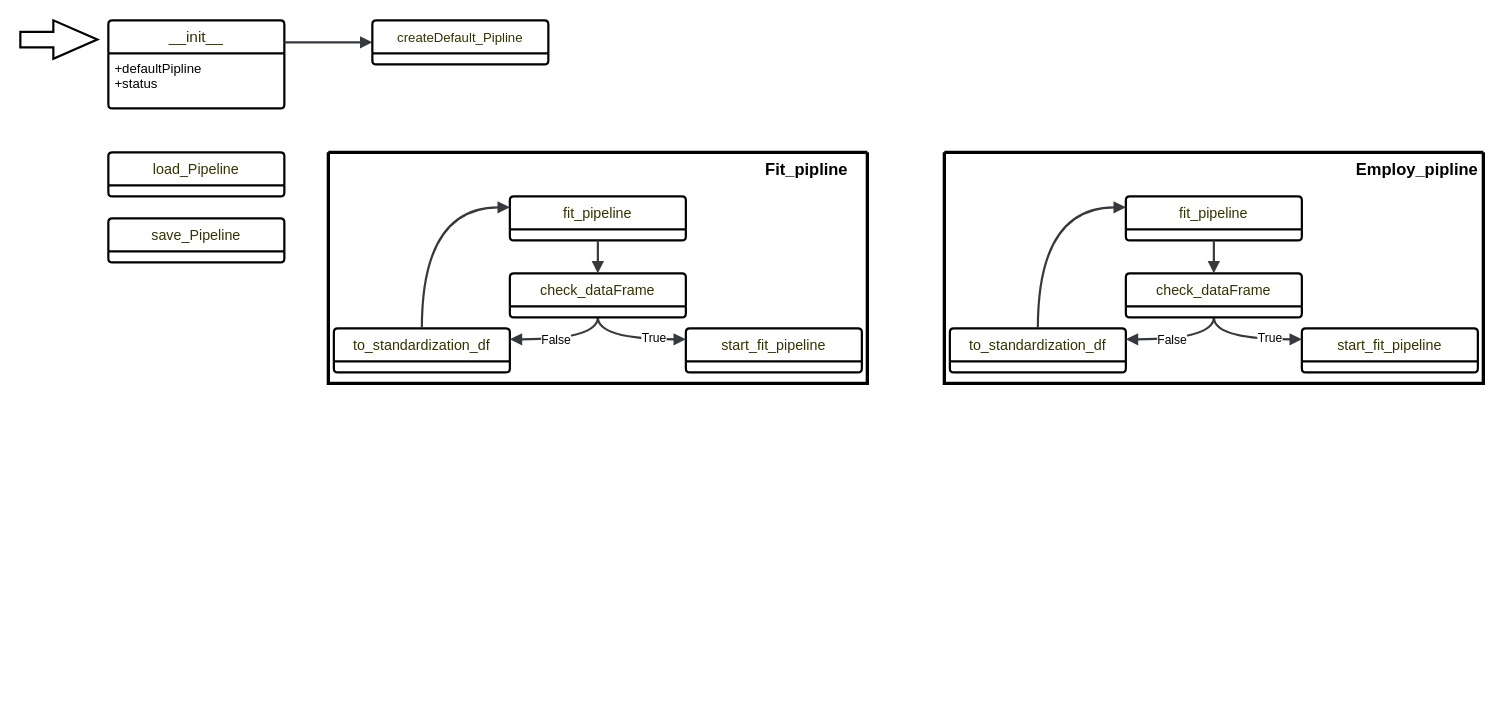
Dimitriy200/diplom_autoencoder keeps this draw.io diagram as page "Алгорим" (2 of 2) of Diagrams.drawio. Above is the earlier version. Source tidied: cells renumbered, new cells numbered last; positions are measured from the earlier drawing's top-left corner, leaving out a move shared by most shapes. Both pictures are drawn from the tidied source at 110%, with x=0, y=0 at pixel (20, 20).
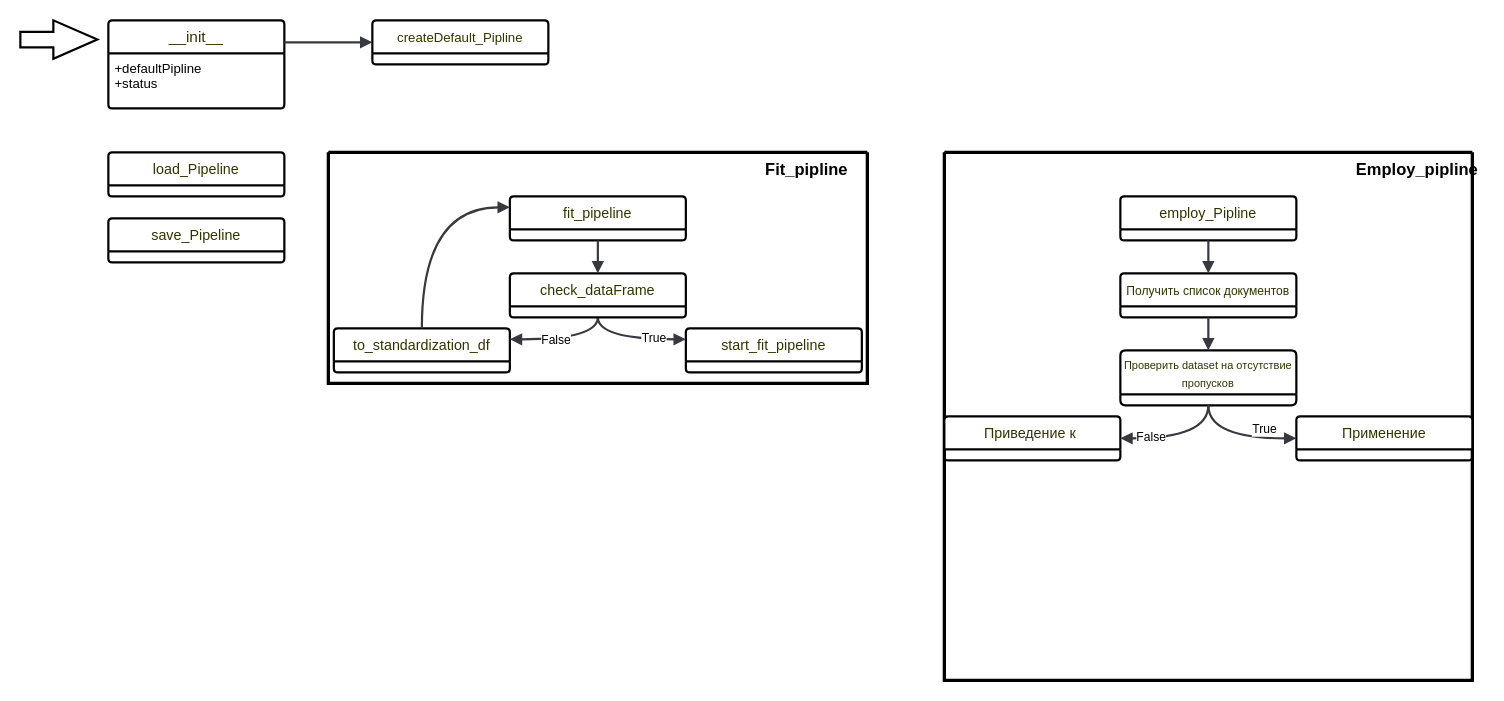
Above is the later version.

What changed in the source:
```diff
@@
     <mxCell id="21" style="swimlane;startSize=0;strokeWidth=3;" parent="1" vertex="1">
-      <mxGeometry x="840" y="120" width="490" height="210" as="geometry" />
+      <mxGeometry x="840" y="120" width="480" height="480" as="geometry" />
     </mxCell>
-    <mxCell id="22" value="&lt;font color=&quot;#333300&quot;&gt;&lt;span style=&quot;font-size: 13px;&quot;&gt;start_fit_pipeline&lt;/span&gt;&lt;/font&gt;" style="swimlane;horizontal=1;startSize=30;rounded=1;fontSize=14;fontStyle=0;strokeWidth=2;shadow=0;dashed=0;align=center;arcSize=4;whiteSpace=wrap;html=1;" parent="21" vertex="1">
-      <mxGeometry x="325" y="160" width="160" height="40" as="geometry" />
-    </mxCell>
-    <mxCell id="23" value="&lt;span style=&quot;color: rgb(51, 51, 0); font-size: 13px;&quot;&gt;fit_pipeline&lt;/span&gt;" style="swimlane;horizontal=1;startSize=30;rounded=1;fontSize=14;fontStyle=0;strokeWidth=2;shadow=0;dashed=0;align=center;arcSize=4;whiteSpace=wrap;html=1;" parent="21" vertex="1">
-      <mxGeometry x="165" y="40" width="160" height="40" as="geometry" />
-    </mxCell>
-    <mxCell id="24" style="html=1;verticalAlign=bottom;endArrow=block;rounded=0;strokeWidth=2;fillColor=#cdeb8b;strokeColor=#36393d;exitX=0.5;exitY=1;exitDx=0;exitDy=0;entryX=0;entryY=0.25;entryDx=0;entryDy=0;edgeStyle=orthogonalEdgeStyle;curved=1;" parent="21" edge="1" source="29" target="22">
-      <mxGeometry relative="1" as="geometry" />
-    </mxCell>
+    <mxCell id="26" value="&lt;font color=&quot;#333300&quot;&gt;&lt;span style=&quot;font-size: 13px;&quot;&gt;employ_Pipline&lt;/span&gt;&lt;/font&gt;" style="swimlane;horizontal=1;startSize=30;rounded=1;fontSize=14;fontStyle=0;strokeWidth=2;shadow=0;dashed=0;align=center;arcSize=4;whiteSpace=wrap;html=1;" parent="21" vertex="1">
+      <mxGeometry x="160" y="40" width="160" height="40" as="geometry" />
+    </mxCell>
+    <mxCell id="32" value="&lt;b&gt;&lt;font style=&quot;font-size: 15px;&quot;&gt;Employ_pipline&lt;/font&gt;&lt;/b&gt;" style="text;html=1;align=center;verticalAlign=middle;whiteSpace=wrap;rounded=0;" parent="21" vertex="1">
+      <mxGeometry x="375" width="110" height="30" as="geometry" />
+    </mxCell>
+    <mxCell id="33" value="&lt;font style=&quot;font-size: 11px;&quot; color=&quot;#333300&quot;&gt;Получить список документов&lt;/font&gt;" style="swimlane;horizontal=1;startSize=30;rounded=1;fontSize=14;fontStyle=0;strokeWidth=2;shadow=0;dashed=0;align=center;arcSize=4;whiteSpace=wrap;html=1;" parent="21" vertex="1">
+      <mxGeometry x="160" y="110" width="160" height="40" as="geometry" />
+    </mxCell>
+    <mxCell id="34" style="html=1;verticalAlign=bottom;endArrow=block;rounded=0;strokeWidth=2;fillColor=#cdeb8b;strokeColor=#36393d;exitX=0.5;exitY=1;exitDx=0;exitDy=0;edgeStyle=orthogonalEdgeStyle;curved=1;entryX=0.5;entryY=0;entryDx=0;entryDy=0;" parent="21" edge="1" source="26" target="33">
+      <mxGeometry relative="1" as="geometry" />
+    </mxCell>
+    <mxCell id="35" value="&lt;font style=&quot;font-size: 10px;&quot; color=&quot;#333300&quot;&gt;Проверить dataset на отсутствие пропусков&lt;/font&gt;" style="swimlane;horizontal=1;startSize=40;rounded=1;fontSize=14;fontStyle=0;strokeWidth=2;shadow=0;dashed=0;align=center;arcSize=4;whiteSpace=wrap;html=1;" parent="21" vertex="1">
+      <mxGeometry x="160" y="180" width="160" height="50" as="geometry" />
+    </mxCell>
+    <mxCell id="36" style="html=1;verticalAlign=bottom;endArrow=block;rounded=0;strokeWidth=2;fillColor=#cdeb8b;strokeColor=#36393d;exitX=0.5;exitY=1;exitDx=0;exitDy=0;edgeStyle=orthogonalEdgeStyle;curved=1;entryX=0.5;entryY=0;entryDx=0;entryDy=0;" parent="21" edge="1" source="33" target="35">
+      <mxGeometry relative="1" as="geometry" />
+    </mxCell>
+    <mxCell id="37" value="&lt;font color=&quot;#333300&quot;&gt;&lt;span style=&quot;font-size: 13px;&quot;&gt;Применение&lt;/span&gt;&lt;/font&gt;" style="swimlane;horizontal=1;startSize=30;rounded=1;fontSize=14;fontStyle=0;strokeWidth=2;shadow=0;dashed=0;align=center;arcSize=4;whiteSpace=wrap;html=1;" parent="21" vertex="1">
+      <mxGeometry x="320" y="240" width="160" height="40" as="geometry" />
+    </mxCell>
+    <mxCell id="38" value="&lt;font color=&quot;#333300&quot;&gt;&lt;span style=&quot;font-size: 13px;&quot;&gt;Приведение к&amp;nbsp;&lt;/span&gt;&lt;/font&gt;" style="swimlane;horizontal=1;startSize=30;rounded=1;fontSize=14;fontStyle=0;strokeWidth=2;shadow=0;dashed=0;align=center;arcSize=4;whiteSpace=wrap;html=1;" parent="21" vertex="1">
+      <mxGeometry y="240" width="160" height="40" as="geometry" />
+    </mxCell>
+    <mxCell id="39" style="html=1;verticalAlign=bottom;endArrow=block;rounded=0;strokeWidth=2;fillColor=#cdeb8b;strokeColor=#36393d;exitX=0.5;exitY=1;exitDx=0;exitDy=0;edgeStyle=orthogonalEdgeStyle;curved=1;entryX=0;entryY=0.5;entryDx=0;entryDy=0;" parent="21" edge="1" source="35" target="37">
+      <mxGeometry relative="1" as="geometry" />
+    </mxCell>
-    <mxCell id="25" value="True" style="edgeLabel;html=1;align=center;verticalAlign=middle;" parent="24" vertex="1">
-      <mxGeometry x="0.39" y="2" relative="1" as="geometry" />
+    <mxCell id="25" value="True" style="edgeLabel;html=1;align=center;verticalAlign=middle;" parent="39" vertex="1">
+      <mxGeometry x="0.46" y="9" relative="1" as="geometry" />
     </mxCell>
-    <mxCell id="26" value="&lt;font color=&quot;#333300&quot;&gt;&lt;span style=&quot;font-size: 13px;&quot;&gt;to_standardization_df&lt;/span&gt;&lt;/font&gt;" style="swimlane;horizontal=1;startSize=30;rounded=1;fontSize=14;fontStyle=0;strokeWidth=2;shadow=0;dashed=0;align=center;arcSize=4;whiteSpace=wrap;html=1;" parent="21" vertex="1">
-      <mxGeometry x="5" y="160" width="160" height="40" as="geometry" />
-    </mxCell>
-    <mxCell id="27" style="html=1;verticalAlign=bottom;endArrow=block;rounded=0;strokeWidth=2;fillColor=#cdeb8b;strokeColor=#36393d;exitX=0.5;exitY=1;exitDx=0;exitDy=0;entryX=1;entryY=0.25;entryDx=0;entryDy=0;edgeStyle=orthogonalEdgeStyle;curved=1;" parent="21" edge="1" source="29" target="26">
-      <mxGeometry relative="1" as="geometry" />
-    </mxCell>
+    <mxCell id="40" style="html=1;verticalAlign=bottom;endArrow=block;rounded=0;strokeWidth=2;fillColor=#cdeb8b;strokeColor=#36393d;exitX=0.5;exitY=1;exitDx=0;exitDy=0;edgeStyle=orthogonalEdgeStyle;curved=1;entryX=1;entryY=0.5;entryDx=0;entryDy=0;" parent="21" edge="1" source="35" target="38">
+      <mxGeometry relative="1" as="geometry" />
+    </mxCell>
-    <mxCell id="28" value="False" style="edgeLabel;html=1;align=center;verticalAlign=middle;" parent="27" vertex="1">
-      <mxGeometry x="0.18" relative="1" as="geometry" />
+    <mxCell id="28" value="False" style="edgeLabel;html=1;align=center;verticalAlign=middle;" parent="40" vertex="1">
+      <mxGeometry x="0.51" y="-2" relative="1" as="geometry" />
     </mxCell>
-    <mxCell id="29" value="&lt;span style=&quot;color: rgb(51, 51, 0); font-size: 13px;&quot;&gt;check_dataFrame&lt;/span&gt;" style="swimlane;horizontal=1;startSize=30;rounded=1;fontSize=14;fontStyle=0;strokeWidth=2;shadow=0;dashed=0;align=center;arcSize=4;whiteSpace=wrap;html=1;" parent="21" vertex="1">
-      <mxGeometry x="165" y="110" width="160" height="40" as="geometry" />
-    </mxCell>
-    <mxCell id="30" style="html=1;verticalAlign=bottom;endArrow=block;rounded=0;strokeWidth=2;fillColor=#cdeb8b;strokeColor=#36393d;exitX=0.5;exitY=1;exitDx=0;exitDy=0;entryX=0.5;entryY=0;entryDx=0;entryDy=0;edgeStyle=orthogonalEdgeStyle;curved=1;" parent="21" edge="1" source="23" target="29">
-      <mxGeometry relative="1" as="geometry" />
-    </mxCell>
-    <mxCell id="31" style="html=1;verticalAlign=bottom;endArrow=block;rounded=0;strokeWidth=2;fillColor=#cdeb8b;strokeColor=#36393d;exitX=0.5;exitY=0;exitDx=0;exitDy=0;entryX=0;entryY=0.25;entryDx=0;entryDy=0;edgeStyle=orthogonalEdgeStyle;curved=1;" parent="21" edge="1" source="26" target="23">
-      <mxGeometry relative="1" as="geometry" />
-    </mxCell>
-    <mxCell id="32" value="&lt;b&gt;&lt;font style=&quot;font-size: 15px;&quot;&gt;Employ_pipline&lt;/font&gt;&lt;/b&gt;" style="text;html=1;align=center;verticalAlign=middle;whiteSpace=wrap;rounded=0;" parent="21" vertex="1">
-      <mxGeometry x="375" width="110" height="30" as="geometry" />
-    </mxCell>
```
